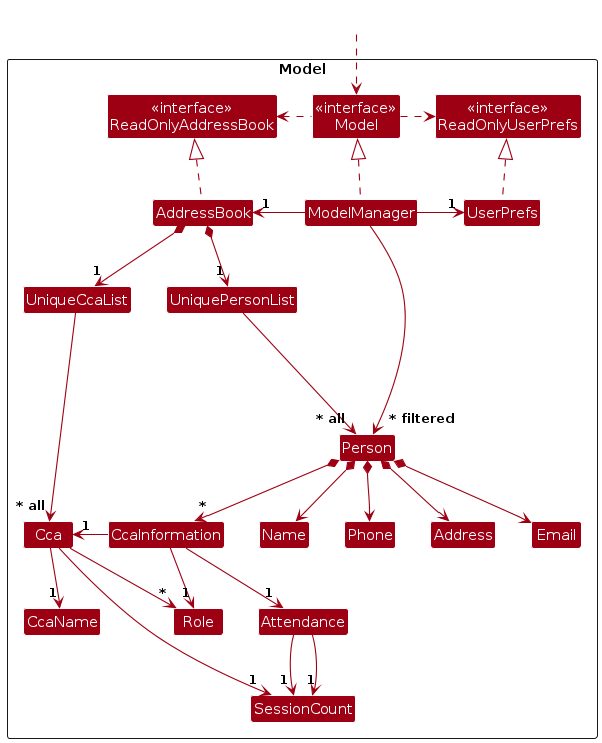
Before: diagrams/ModelClassDiagram.png, a diagram exported from PlantUML (AY2425S2-CS2103T-T09-4/tp). Its source is kept beside it as diagrams/ModelClassDiagram.puml. Its diagram source:
```plantuml
@startuml
!include style.puml
skinparam arrowThickness 1.1
skinparam arrowColor MODEL_COLOR
skinparam classBackgroundColor MODEL_COLOR

Package Model as ModelPackage <<Rectangle>>{
Class "<<interface>>\nReadOnlyAddressBook" as ReadOnlyAddressBook
Class "<<interface>>\nReadOnlyUserPrefs" as ReadOnlyUserPrefs
Class "<<interface>>\nModel" as Model
Class AddressBook
Class ModelManager
Class UserPrefs

Class UniquePersonList
Class UniqueCcaList
Class Person
Class Address
Class Email
Class Name
Class Phone
Class Cca
Class Role
Class CcaInformation
Class Attendance
Class SessionCount
Class CcaName

Class I #FFFFFF
}

Class HiddenOutside #FFFFFF
HiddenOutside ..> Model

AddressBook .up.|> ReadOnlyAddressBook

ModelManager .up.|> Model
Model .right.> ReadOnlyUserPrefs
Model .left.> ReadOnlyAddressBook
ModelManager -left-> "1" AddressBook
ModelManager -right-> "1" UserPrefs
UserPrefs .up.|> ReadOnlyUserPrefs

AddressBook *--> "1" UniquePersonList
AddressBook *--> "1" UniqueCcaList
UniquePersonList --> "~* all" Person
UniqueCcaList -down-> "~* all" Cca
Person *--> Name
Person *--> Phone
Person *--> Email
Person *--> Address
Person *--> "*" CcaInformation
Cca -down-> "~*" Role
Cca -down-> "1" CcaName
Cca --> "1" SessionCount

CcaInformation -left-> "1" Cca
CcaInformation -down-> "1" Role
CcaInformation -down-> "1" Attendance
Attendance -down-> "1" SessionCount
Attendance -down-> "1" SessionCount
UniqueCcaList -[hidden]right-> I

Person -[hidden]up--> I
UniquePersonList -[hidden]right-> I
UniqueCcaList -[hidden]right-> I

Name -[hidden]right-> Phone
Phone -[hidden]right-> Address
Address -[hidden]right-> Email
CcaInformation -[hidden]right-> Name
CcaName -[hidden]right-> Role

ModelManager --> "~* filtered" Person
@enduml
```
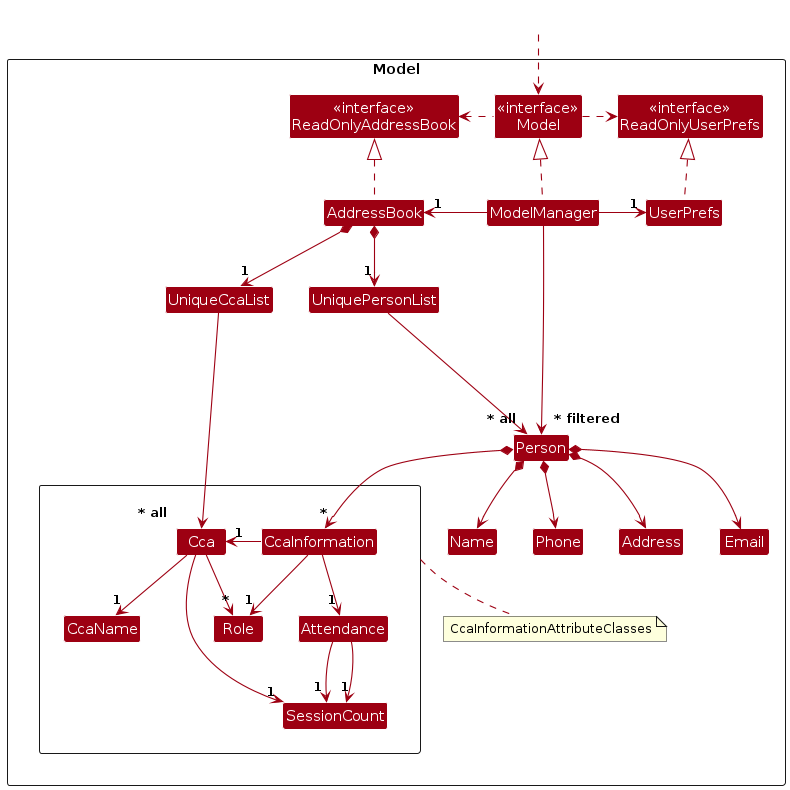
After the commit.

Diff of the diagram source:
```diff
@@ -5,6 +5,7 @@
 skinparam classBackgroundColor MODEL_COLOR
 
 Package Model as ModelPackage <<Rectangle>>{
+
 Class "<<interface>>\nReadOnlyAddressBook" as ReadOnlyAddressBook
 Class "<<interface>>\nReadOnlyUserPrefs" as ReadOnlyUserPrefs
 Class "<<interface>>\nModel" as Model
@@ -19,12 +20,18 @@
 Class Email
 Class Name
 Class Phone
-Class Cca
-Class Role
-Class CcaInformation
-Class Attendance
-Class SessionCount
-Class CcaName
+
+    Package "" as CcaClasses <<Rectangle>> {
+        Class Cca
+        Class Role
+        Class CcaInformation
+        Class Attendance
+        Class SessionCount
+        Class CcaName
+    }
+    note bottom of CcaClasses
+      CcaInformationAttributeClasses
+    end note
 
 Class I #FFFFFF
 }
@@ -44,7 +51,7 @@
 AddressBook *--> "1" UniquePersonList
 AddressBook *--> "1" UniqueCcaList
 UniquePersonList --> "~* all" Person
-UniqueCcaList -down-> "~* all" Cca
+UniqueCcaList -down-> "~* all     " Cca
 Person *--> Name
 Person *--> Phone
 Person *--> Email
```
